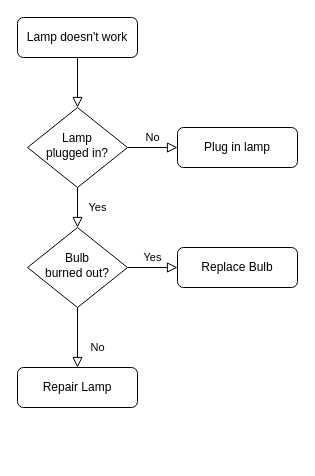
mstencio/diagrams.net keeps this draw.io diagram as Diagrama sin título.drawio. Above is the earlier version. Source tidied: cells renumbered, new cells numbered last; positions are measured from the earlier drawing's top-left corner, leaving out a move shared by most shapes. Both pictures are drawn from the tidied source at 100%, with x=0, y=0 at pixel (17, 17).
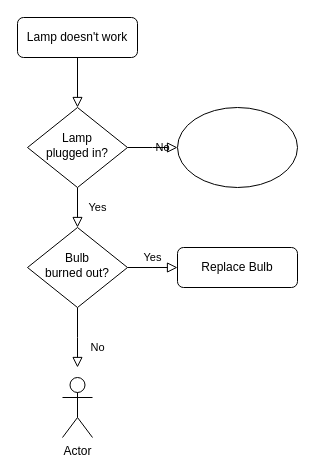
The same diagram, later.

What changed in the source:
```diff
@@
 <mxGraphModel>
   <root>
     <mxCell id="0" />
     <mxCell id="1" parent="0" />
     <mxCell id="2" style="rounded=0;html=1;jettySize=auto;fontSize=11;endArrow=block;endFill=0;endSize=8;strokeWidth=1;shadow=0;labelBackgroundColor=none;edgeStyle=orthogonalEdgeStyle;" parent="1" edge="1" source="3" target="6">
       <mxGeometry relative="1" as="geometry" />
     </mxCell>
     <mxCell id="3" value="Lamp doesn't work" style="rounded=1;whiteSpace=wrap;html=1;fontSize=12;glass=0;strokeWidth=1;shadow=0;" parent="1" vertex="1">
       <mxGeometry width="120" height="40" as="geometry" />
     </mxCell>
     <mxCell id="4" value="Yes" style="rounded=0;html=1;jettySize=auto;fontSize=11;endArrow=block;endFill=0;endSize=8;strokeWidth=1;shadow=0;labelBackgroundColor=none;edgeStyle=orthogonalEdgeStyle;" parent="1" edge="1" source="6" target="10">
       <mxGeometry y="20" relative="1" as="geometry" />
     </mxCell>
-    <mxCell id="5" value="No" style="edgeStyle=orthogonalEdgeStyle;rounded=0;html=1;jettySize=auto;fontSize=11;endArrow=block;endFill=0;endSize=8;strokeWidth=1;shadow=0;labelBackgroundColor=none;" parent="1" edge="1" source="6" target="7">
-      <mxGeometry y="10" relative="1" as="geometry" />
+    <mxCell id="5" value="No" style="edgeStyle=orthogonalEdgeStyle;rounded=0;html=1;jettySize=auto;fontSize=11;endArrow=block;endFill=0;endSize=8;strokeWidth=1;shadow=0;labelBackgroundColor=none;" parent="1" edge="1" source="6">
+      <mxGeometry y="10" relative="1" as="geometry">
+        <mxPoint x="160" y="130" as="targetPoint" />
+      </mxGeometry>
     </mxCell>
     <mxCell id="6" value="Lamp&lt;br&gt;plugged in?" style="rhombus;whiteSpace=wrap;html=1;shadow=0;fontFamily=Helvetica;fontSize=12;align=center;strokeWidth=1;spacing=6;spacingTop=-4;" parent="1" vertex="1">
       <mxGeometry x="10" y="90" width="100" height="80" as="geometry" />
     </mxCell>
-    <mxCell id="7" value="Plug in lamp" style="rounded=1;whiteSpace=wrap;html=1;fontSize=12;glass=0;strokeWidth=1;shadow=0;" parent="1" vertex="1">
-      <mxGeometry x="160" y="110" width="120" height="40" as="geometry" />
-    </mxCell>
-    <mxCell id="8" value="No" style="rounded=0;html=1;jettySize=auto;fontSize=11;endArrow=block;endFill=0;endSize=8;strokeWidth=1;shadow=0;labelBackgroundColor=none;edgeStyle=orthogonalEdgeStyle;" parent="1" edge="1" source="10" target="11">
-      <mxGeometry x="0.33" y="20" relative="1" as="geometry" />
+    <mxCell id="8" value="No" style="rounded=0;html=1;jettySize=auto;fontSize=11;endArrow=block;endFill=0;endSize=8;strokeWidth=1;shadow=0;labelBackgroundColor=none;edgeStyle=orthogonalEdgeStyle;" parent="1" edge="1" source="10">
+      <mxGeometry x="0.33" y="20" relative="1" as="geometry">
+        <mxPoint x="60" y="350" as="targetPoint" />
+      </mxGeometry>
     </mxCell>
     <mxCell id="9" value="Yes" style="edgeStyle=orthogonalEdgeStyle;rounded=0;html=1;jettySize=auto;fontSize=11;endArrow=block;endFill=0;endSize=8;strokeWidth=1;shadow=0;labelBackgroundColor=none;" parent="1" edge="1" source="10" target="12">
       <mxGeometry y="10" relative="1" as="geometry" />
     </mxCell>
     <mxCell id="10" value="Bulb&lt;br&gt;burned out?" style="rhombus;whiteSpace=wrap;html=1;shadow=0;fontFamily=Helvetica;fontSize=12;align=center;strokeWidth=1;spacing=6;spacingTop=-4;" parent="1" vertex="1">
       <mxGeometry x="10" y="210" width="100" height="80" as="geometry" />
     </mxCell>
-    <mxCell id="11" value="Repair Lamp" style="rounded=1;whiteSpace=wrap;html=1;fontSize=12;glass=0;strokeWidth=1;shadow=0;" parent="1" vertex="1">
-      <mxGeometry y="350" width="120" height="40" as="geometry" />
-    </mxCell>
     <mxCell id="12" value="Replace Bulb" style="rounded=1;whiteSpace=wrap;html=1;fontSize=12;glass=0;strokeWidth=1;shadow=0;" parent="1" vertex="1">
       <mxGeometry x="160" y="230" width="120" height="40" as="geometry" />
     </mxCell>
+    <mxCell id="13" style="ellipse;whiteSpace=wrap;html=1;" parent="1" vertex="1">
+      <mxGeometry x="160" y="90" width="120" height="80" as="geometry" />
+    </mxCell>
+    <mxCell id="14" value="Actor" style="shape=umlActor;verticalLabelPosition=bottom;verticalAlign=top;html=1;" parent="1" vertex="1">
+      <mxGeometry x="45" y="360" width="30" height="60" as="geometry" />
+    </mxCell>
   </root>
 </mxGraphModel>
```
